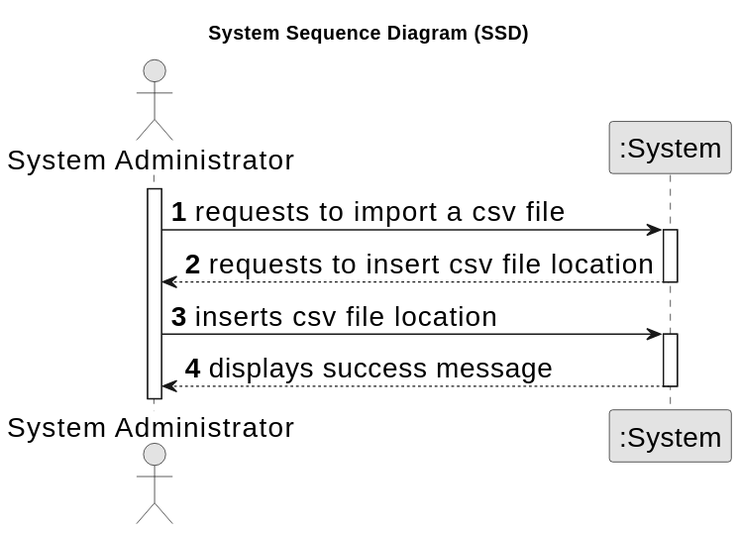
Earlier version of the PlantUML export docs/sprintC/us012/01.requirements-engineering/svg/us012-system-sequence-diagram.svg (Goncalves2525/real-estate-management-system). Source of this version:
```plantuml
@startuml
skinparamlocked defaultFontSize 20
skinparam monochrome true
skinparam packageStyle rectangle
skinparam shadowing false

title System Sequence Diagram (SSD)

autonumber

actor "System Administrator" as Admin
participant ":System" as System

activate Admin

    Admin -> System : requests to import a csv file
    activate System

    System --> Admin : requests to insert csv file location
    deactivate System

    Admin -> System : inserts csv file location
    activate System

    System --> Admin : displays success message
    deactivate System
@enduml
```
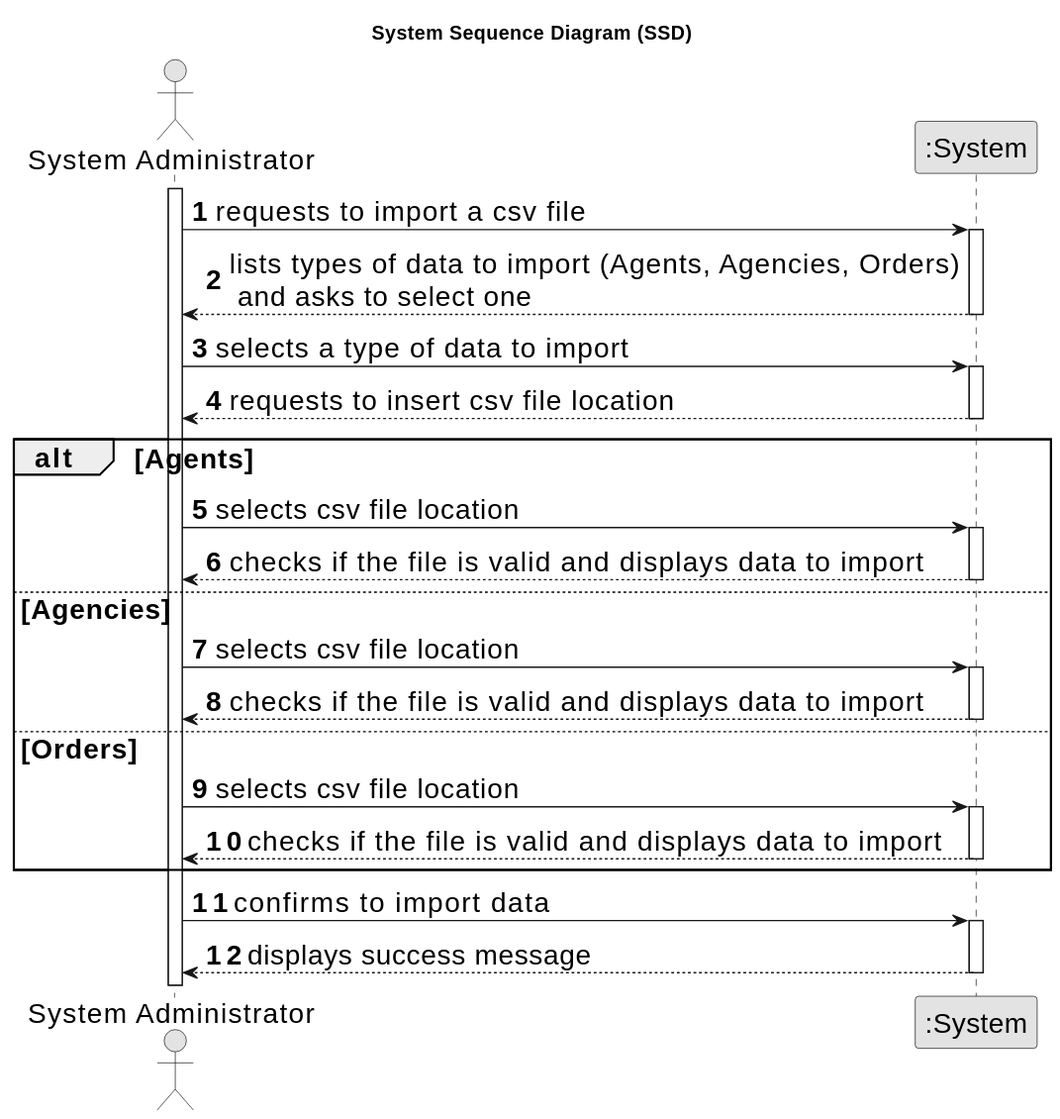
The same file after the commit.

Change to the diagram source:
```diff
@@ -16,10 +16,33 @@
     Admin -> System : requests to import a csv file
     activate System
 
+    System --> Admin : lists types of data to import (Agents, Agencies, Orders)\n and asks to select one
+    deactivate System
+
+    Admin -> System : selects a type of data to import
+    activate System
+
     System --> Admin : requests to insert csv file location
     deactivate System
 
-    Admin -> System : inserts csv file location
+    alt  Agents
+        Admin -> System: selects csv file location
+        activate System
+        System --> Admin: checks if the file is valid and displays data to import
+        deactivate System
+    else  Agencies
+        Admin -> System: selects csv file location
+        activate System
+        System --> Admin: checks if the file is valid and displays data to import
+        deactivate System
+    else  Orders
+        Admin -> System: selects csv file location
+        activate System
+        System --> Admin: checks if the file is valid and displays data to import
+        deactivate System
+    end
+
+    Admin -> System : confirms to import data
     activate System
 
     System --> Admin : displays success message
```
